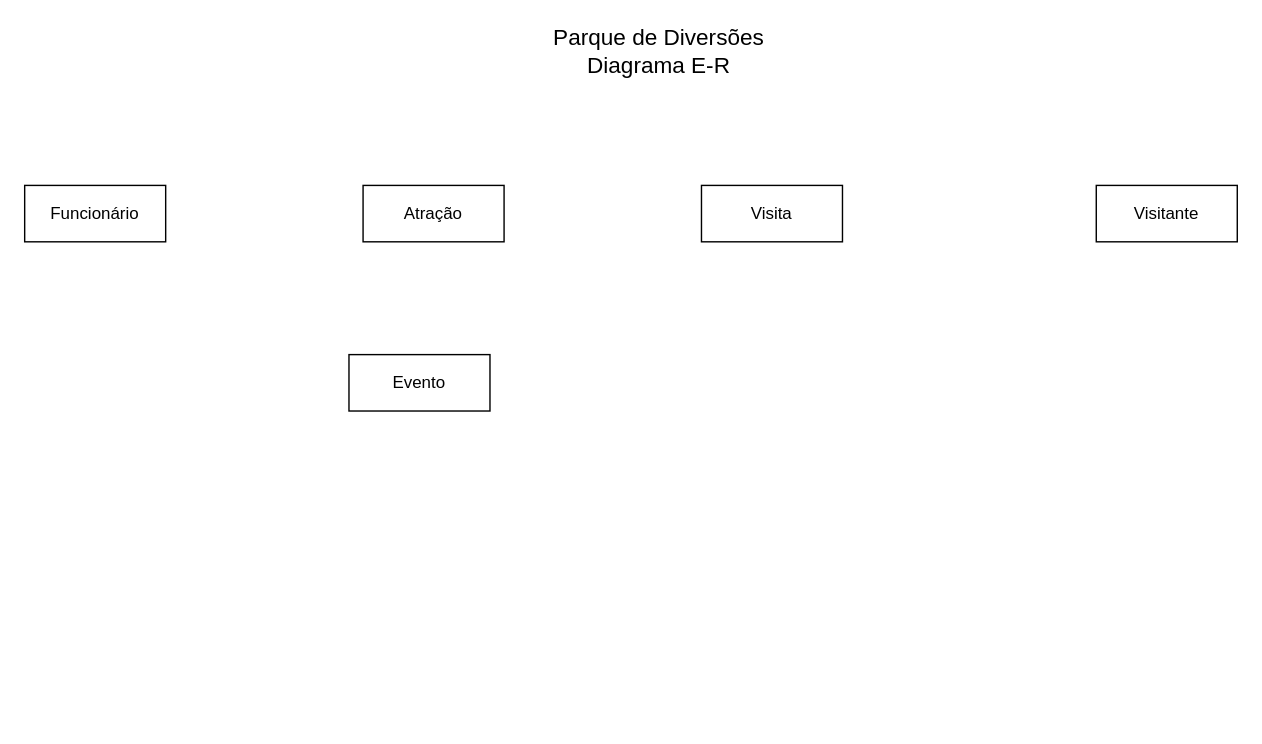
The draw.io diagram page "PL02.3.DER" (5 of 6) of PL/PL02.drawio in f06cruz/Bases-Dados, before the edit. Source tidied: cells renumbered, new cells numbered last; positions are measured from the earlier drawing's top-left corner, leaving out a move shared by most shapes. Both pictures are drawn from the tidied source at 141%, with x=0, y=0 at pixel (24, 30).
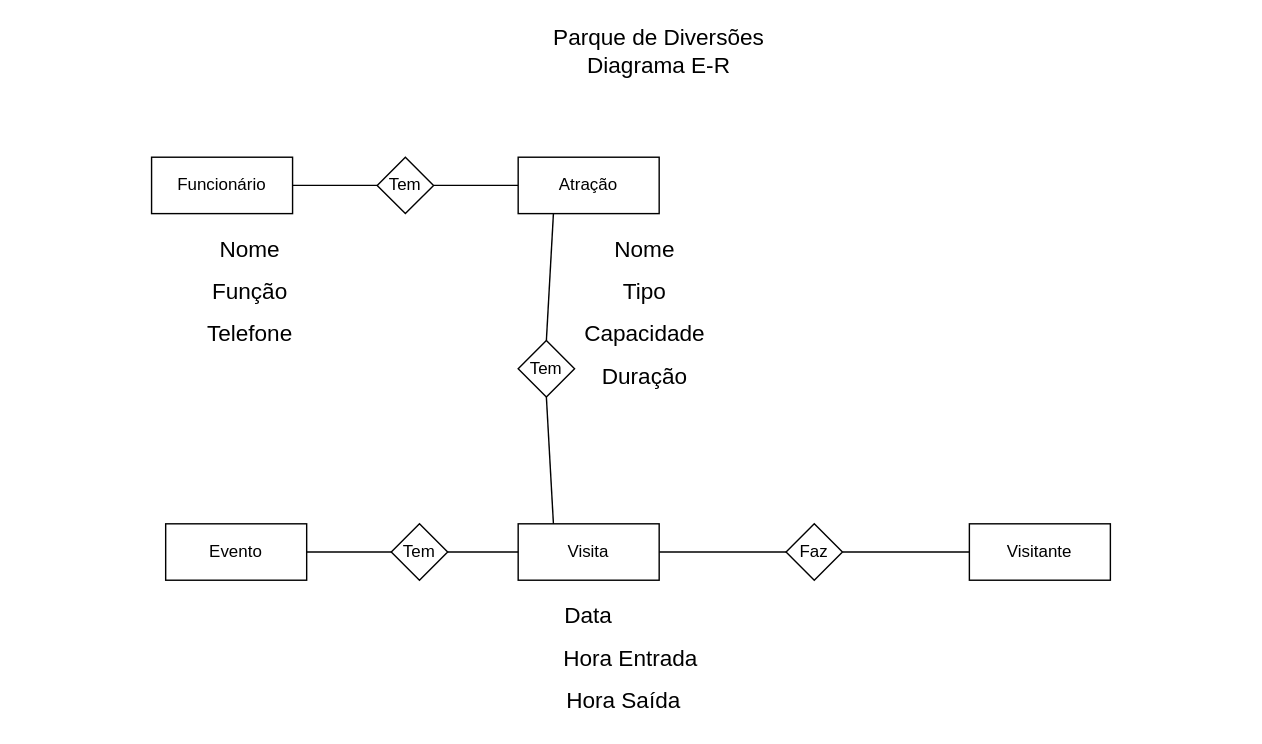
After the change.

Diff of the diagram source:
```diff
@@
+    <mxCell id="8" style="edgeStyle=none;curved=1;rounded=0;jettySize=auto;html=1;exitX=0;exitY=0.5;exitDx=0;exitDy=0;entryX=1;entryY=0.5;entryDx=0;entryDy=0;fontSize=12;startSize=8;endSize=8;endArrow=none;endFill=0;" parent="1" edge="1" source="3" target="13">
+      <mxGeometry relative="1" as="geometry" />
+    </mxCell>
+    <mxCell id="9" style="edgeStyle=none;curved=1;rounded=0;jettySize=auto;html=1;exitX=0.25;exitY=1;exitDx=0;exitDy=0;entryX=0.5;entryY=0;entryDx=0;entryDy=0;fontSize=12;startSize=8;endSize=8;endArrow=none;endFill=0;" parent="1" edge="1" source="3" target="15">
+      <mxGeometry relative="1" as="geometry" />
+    </mxCell>
     <mxCell id="3" value="Atração" style="whiteSpace=wrap;html=1;align=center;" parent="1" vertex="1">
-      <mxGeometry x="240" y="110" width="100" height="40" as="geometry" />
+      <mxGeometry x="350" y="90" width="100" height="40" as="geometry" />
     </mxCell>
+    <mxCell id="10" style="edgeStyle=none;curved=1;rounded=0;jettySize=auto;html=1;exitX=1;exitY=0.5;exitDx=0;exitDy=0;entryX=0;entryY=0.5;entryDx=0;entryDy=0;fontSize=12;startSize=8;endSize=8;endArrow=none;endFill=0;" parent="1" edge="1" source="4" target="13">
+      <mxGeometry relative="1" as="geometry" />
+    </mxCell>
     <mxCell id="4" value="Funcionário" style="whiteSpace=wrap;html=1;align=center;" parent="1" vertex="1">
-      <mxGeometry y="110" width="100" height="40" as="geometry" />
+      <mxGeometry x="90" y="90" width="100" height="40" as="geometry" />
     </mxCell>
     <mxCell id="5" value="Visitante" style="whiteSpace=wrap;html=1;align=center;" parent="1" vertex="1">
-      <mxGeometry x="760" y="110" width="100" height="40" as="geometry" />
+      <mxGeometry x="670" y="350" width="100" height="40" as="geometry" />
     </mxCell>
+    <mxCell id="11" style="edgeStyle=none;curved=1;rounded=0;jettySize=auto;html=1;exitX=1;exitY=0.5;exitDx=0;exitDy=0;entryX=0;entryY=0.5;entryDx=0;entryDy=0;fontSize=12;startSize=8;endSize=8;endArrow=none;endFill=0;" parent="1" edge="1" source="6" target="19">
+      <mxGeometry relative="1" as="geometry" />
+    </mxCell>
     <mxCell id="6" value="Evento" style="whiteSpace=wrap;html=1;align=center;" parent="1" vertex="1">
-      <mxGeometry x="230" y="230" width="100" height="40" as="geometry" />
+      <mxGeometry x="100" y="350" width="100" height="40" as="geometry" />
     </mxCell>
+    <mxCell id="12" style="edgeStyle=none;curved=1;rounded=0;jettySize=auto;html=1;exitX=1;exitY=0.5;exitDx=0;exitDy=0;entryX=0;entryY=0.5;entryDx=0;entryDy=0;fontSize=12;startSize=8;endSize=8;endArrow=none;endFill=0;" parent="1" edge="1" source="7" target="17">
+      <mxGeometry relative="1" as="geometry" />
+    </mxCell>
     <mxCell id="7" value="Visita" style="whiteSpace=wrap;html=1;align=center;" parent="1" vertex="1">
-      <mxGeometry x="480" y="110" width="100" height="40" as="geometry" />
+      <mxGeometry x="350" y="350" width="100" height="40" as="geometry" />
     </mxCell>
+    <mxCell id="13" value="Tem" style="shape=rhombus;perimeter=rhombusPerimeter;whiteSpace=wrap;html=1;align=center;" parent="1" vertex="1">
+      <mxGeometry x="250" y="90" width="40" height="40" as="geometry" />
+    </mxCell>
+    <mxCell id="14" style="edgeStyle=none;curved=1;rounded=0;jettySize=auto;html=1;exitX=0.5;exitY=1;exitDx=0;exitDy=0;entryX=0.25;entryY=0;entryDx=0;entryDy=0;fontSize=12;startSize=8;endSize=8;endArrow=none;endFill=0;" parent="1" edge="1" source="15" target="7">
+      <mxGeometry relative="1" as="geometry" />
+    </mxCell>
+    <mxCell id="15" value="Tem" style="shape=rhombus;perimeter=rhombusPerimeter;whiteSpace=wrap;html=1;align=center;" parent="1" vertex="1">
+      <mxGeometry x="350" y="220" width="40" height="40" as="geometry" />
+    </mxCell>
+    <mxCell id="16" style="edgeStyle=none;curved=1;rounded=0;jettySize=auto;html=1;exitX=1;exitY=0.5;exitDx=0;exitDy=0;entryX=0;entryY=0.5;entryDx=0;entryDy=0;fontSize=12;startSize=8;endSize=8;endArrow=none;endFill=0;" parent="1" edge="1" source="17" target="5">
+      <mxGeometry relative="1" as="geometry" />
+    </mxCell>
+    <mxCell id="17" value="Faz" style="shape=rhombus;perimeter=rhombusPerimeter;whiteSpace=wrap;html=1;align=center;" parent="1" vertex="1">
+      <mxGeometry x="540" y="350" width="40" height="40" as="geometry" />
+    </mxCell>
+    <mxCell id="18" style="edgeStyle=none;curved=1;rounded=0;jettySize=auto;html=1;entryX=0;entryY=0.5;entryDx=0;entryDy=0;fontSize=12;startSize=8;endSize=8;endArrow=none;endFill=0;" parent="1" edge="1" source="19" target="7">
+      <mxGeometry relative="1" as="geometry" />
+    </mxCell>
+    <mxCell id="19" value="Tem" style="shape=rhombus;perimeter=rhombusPerimeter;whiteSpace=wrap;html=1;align=center;" parent="1" vertex="1">
+      <mxGeometry x="260" y="350" width="40" height="40" as="geometry" />
+    </mxCell>
+    <mxCell id="20" value="Nome" style="text;html=1;whiteSpace=wrap;strokeColor=none;fillColor=none;align=center;verticalAlign=middle;rounded=0;fontSize=16;" parent="1" vertex="1">
+      <mxGeometry x="410" y="140" width="60" height="30" as="geometry" />
+    </mxCell>
+    <mxCell id="21" value="Tipo" style="text;html=1;whiteSpace=wrap;strokeColor=none;fillColor=none;align=center;verticalAlign=middle;rounded=0;fontSize=16;" parent="1" vertex="1">
+      <mxGeometry x="410" y="170" width="60" height="30" as="geometry" />
+    </mxCell>
+    <mxCell id="22" value="Capacidade" style="text;html=1;whiteSpace=wrap;strokeColor=none;fillColor=none;align=center;verticalAlign=middle;rounded=0;fontSize=16;" parent="1" vertex="1">
+      <mxGeometry x="410" y="200" width="60" height="30" as="geometry" />
+    </mxCell>
+    <mxCell id="23" value="Duração" style="text;html=1;whiteSpace=wrap;strokeColor=none;fillColor=none;align=center;verticalAlign=middle;rounded=0;fontSize=16;" parent="1" vertex="1">
+      <mxGeometry x="410" y="230" width="60" height="30" as="geometry" />
+    </mxCell>
+    <mxCell id="24" value="Nome" style="text;html=1;whiteSpace=wrap;strokeColor=none;fillColor=none;align=center;verticalAlign=middle;rounded=0;fontSize=16;" parent="1" vertex="1">
+      <mxGeometry x="130" y="140" width="60" height="30" as="geometry" />
+    </mxCell>
+    <mxCell id="25" value="Função" style="text;html=1;whiteSpace=wrap;strokeColor=none;fillColor=none;align=center;verticalAlign=middle;rounded=0;fontSize=16;" parent="1" vertex="1">
+      <mxGeometry x="130" y="170" width="60" height="30" as="geometry" />
+    </mxCell>
+    <mxCell id="26" value="Telefone" style="text;html=1;whiteSpace=wrap;strokeColor=none;fillColor=none;align=center;verticalAlign=middle;rounded=0;fontSize=16;" parent="1" vertex="1">
+      <mxGeometry x="130" y="200" width="60" height="30" as="geometry" />
+    </mxCell>
+    <mxCell id="27" value="Data" style="text;html=1;whiteSpace=wrap;strokeColor=none;fillColor=none;align=center;verticalAlign=middle;rounded=0;fontSize=16;" parent="1" vertex="1">
+      <mxGeometry x="370" y="400" width="60" height="30" as="geometry" />
+    </mxCell>
+    <mxCell id="28" value="Hora Entrada" style="text;html=1;whiteSpace=wrap;strokeColor=none;fillColor=none;align=center;verticalAlign=middle;rounded=0;fontSize=16;" parent="1" vertex="1">
+      <mxGeometry x="370" y="430" width="120" height="30" as="geometry" />
+    </mxCell>
+    <mxCell id="29" value="Hora Saída" style="text;html=1;whiteSpace=wrap;strokeColor=none;fillColor=none;align=center;verticalAlign=middle;rounded=0;fontSize=16;" parent="1" vertex="1">
+      <mxGeometry x="380" y="460" width="90" height="30" as="geometry" />
+    </mxCell>
```
